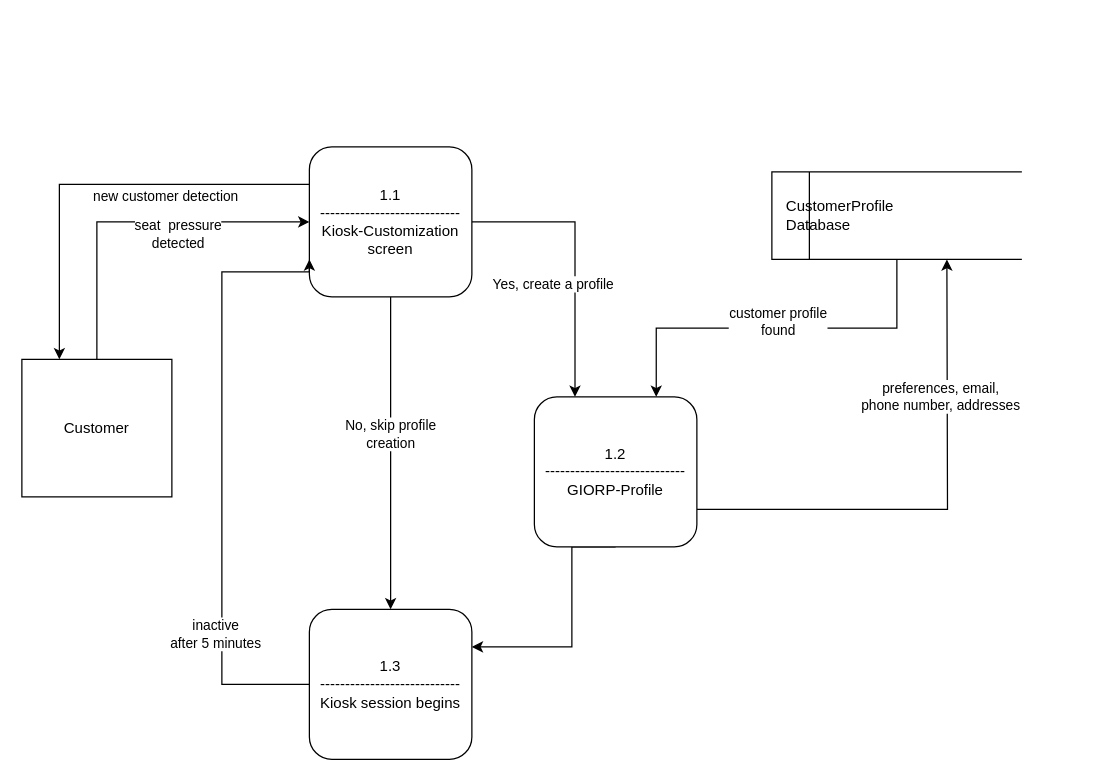
paige71/Draw.io keeps this draw.io diagram as Untitled Diagram.drawio. Above is the earlier version. Source tidied: cells renumbered, new cells numbered last; positions are measured from the earlier drawing's top-left corner, leaving out a move shared by most shapes. Both pictures are drawn from the tidied source at 125%, with x=0, y=0 at pixel (21, 84).
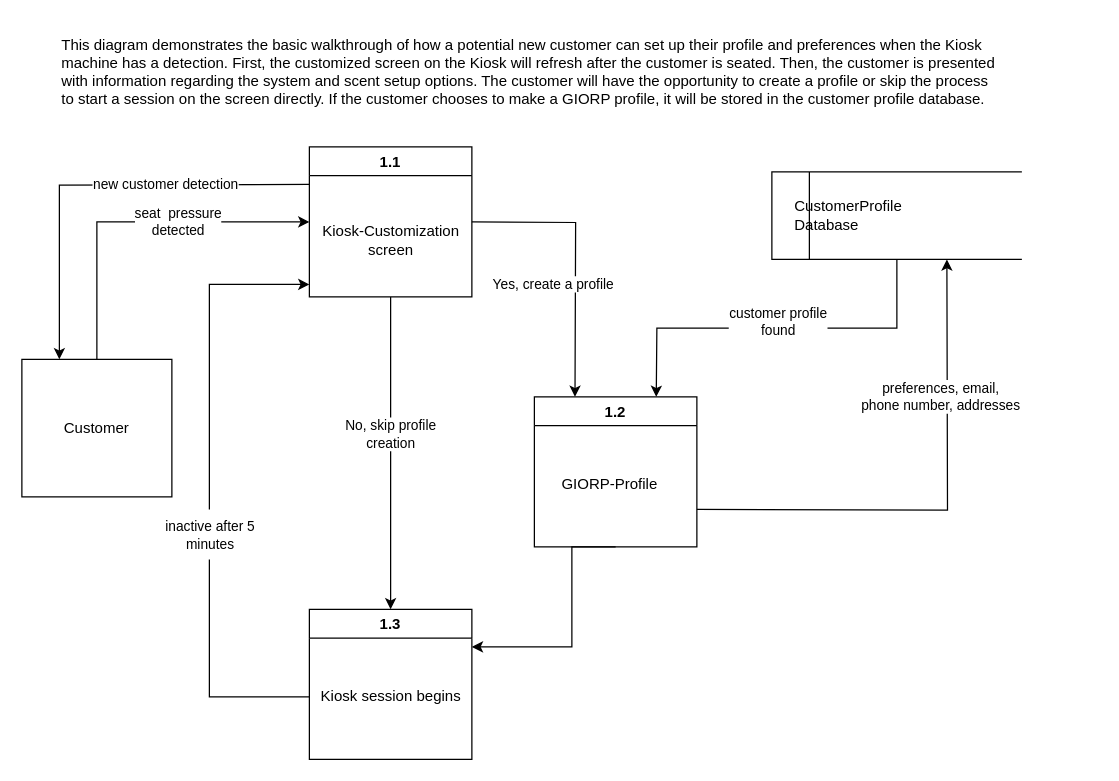
Above is the later version.

Unchanged cells that the change refers to:
```xml
<mxCell id="7" value="Customer" style="rounded=0;whiteSpace=wrap;html=1;" parent="1" vertex="1">
  <mxGeometry y="220" width="120" height="110" as="geometry" />
</mxCell>
```

What changed in the source:
```diff
@@
-    <mxCell id="2" style="edgeStyle=orthogonalEdgeStyle;rounded=0;jettySize=auto;html=1;exitX=0;exitY=0.25;exitDx=0;exitDy=0;entryX=0.25;entryY=0;entryDx=0;entryDy=0;" parent="1" edge="1" source="5" target="7">
-      <mxGeometry relative="1" as="geometry" />
+    <mxCell id="2" style="edgeStyle=orthogonalEdgeStyle;rounded=0;jettySize=auto;html=1;exitX=0;exitY=0.25;exitDx=0;exitDy=0;entryX=0.25;entryY=0;entryDx=0;entryDy=0;" parent="1" edge="1" target="7">
+      <mxGeometry relative="1" as="geometry">
+        <mxPoint x="230" y="80" as="sourcePoint" />
+      </mxGeometry>
     </mxCell>
-    <mxCell id="3" style="edgeStyle=orthogonalEdgeStyle;rounded=0;jettySize=auto;html=1;exitX=1;exitY=0.5;exitDx=0;exitDy=0;entryX=0.25;entryY=0;entryDx=0;entryDy=0;" parent="1" edge="1" source="5" target="10">
-      <mxGeometry relative="1" as="geometry" />
+    <mxCell id="3" style="edgeStyle=orthogonalEdgeStyle;rounded=0;orthogonalLoop=1;jettySize=auto;html=1;exitX=1;exitY=0.5;exitDx=0;exitDy=0;entryX=0.25;entryY=0;entryDx=0;entryDy=0;" parent="1" edge="1">
+      <mxGeometry relative="1" as="geometry">
+        <mxPoint x="360" y="110" as="sourcePoint" />
+        <mxPoint x="442.5" y="250" as="targetPoint" />
+      </mxGeometry>
     </mxCell>
-    <mxCell id="4" style="edgeStyle=orthogonalEdgeStyle;rounded=0;jettySize=auto;html=1;exitX=0.5;exitY=1;exitDx=0;exitDy=0;entryX=0.5;entryY=0;entryDx=0;entryDy=0;" parent="1" edge="1" source="5" target="18">
-      <mxGeometry relative="1" as="geometry" />
+    <mxCell id="4" style="edgeStyle=orthogonalEdgeStyle;rounded=0;orthogonalLoop=1;jettySize=auto;html=1;exitX=0.5;exitY=1;exitDx=0;exitDy=0;entryX=0.5;entryY=0;entryDx=0;entryDy=0;" parent="1" edge="1">
+      <mxGeometry relative="1" as="geometry">
+        <mxPoint x="295" y="170" as="sourcePoint" />
+        <mxPoint x="295" y="420" as="targetPoint" />
+      </mxGeometry>
     </mxCell>
-    <mxCell id="5" value="1.1&lt;br&gt;----------------------------&lt;br&gt;Kiosk-Customization&lt;br&gt;screen" style="rounded=1;whiteSpace=wrap;html=1;" parent="1" vertex="1">
-      <mxGeometry x="230" y="50" width="130" height="120" as="geometry" />
-    </mxCell>
-    <mxCell id="6" style="edgeStyle=orthogonalEdgeStyle;rounded=0;jettySize=auto;html=1;exitX=0.5;exitY=0;exitDx=0;exitDy=0;entryX=0;entryY=0.5;entryDx=0;entryDy=0;" parent="1" edge="1" source="7" target="5">
-      <mxGeometry relative="1" as="geometry" />
-    </mxCell>
+    <mxCell id="22" style="edgeStyle=orthogonalEdgeStyle;rounded=0;jettySize=auto;html=1;exitX=0.5;exitY=0;exitDx=0;exitDy=0;entryX=0;entryY=0.5;entryDx=0;entryDy=0;" parent="1" edge="1" source="7" target="23">
+      <mxGeometry relative="1" as="geometry" />
+    </mxCell>
@@
-    <mxCell id="8" style="edgeStyle=orthogonalEdgeStyle;rounded=0;jettySize=auto;html=1;exitX=0.5;exitY=1;exitDx=0;exitDy=0;entryX=1;entryY=0.25;entryDx=0;entryDy=0;" parent="1" edge="1" source="10" target="18">
+    <mxCell id="8" style="edgeStyle=orthogonalEdgeStyle;rounded=0;orthogonalLoop=1;jettySize=auto;html=1;exitX=0.5;exitY=1;exitDx=0;exitDy=0;entryX=1;entryY=0.25;entryDx=0;entryDy=0;" parent="1" edge="1">
       <mxGeometry relative="1" as="geometry">
+        <mxPoint x="475" y="370" as="sourcePoint" />
+        <mxPoint x="360" y="450" as="targetPoint" />
         <Array as="points">
           <mxPoint x="440" y="370" />
           <mxPoint x="440" y="450" />
         </Array>
       </mxGeometry>
     </mxCell>
-    <mxCell id="9" style="edgeStyle=orthogonalEdgeStyle;rounded=0;jettySize=auto;html=1;exitX=1;exitY=0.75;exitDx=0;exitDy=0;" parent="1" edge="1" source="10">
+    <mxCell id="9" style="edgeStyle=orthogonalEdgeStyle;rounded=0;orthogonalLoop=1;jettySize=auto;html=1;exitX=1;exitY=0.75;exitDx=0;exitDy=0;" parent="1" edge="1">
       <mxGeometry relative="1" as="geometry">
+        <mxPoint x="540" y="340" as="sourcePoint" />
         <mxPoint x="740" y="140" as="targetPoint" />
       </mxGeometry>
     </mxCell>
-    <mxCell id="10" value="1.2&lt;br&gt;----------------------------&lt;br&gt;GIORP-Profile" style="rounded=1;whiteSpace=wrap;html=1;" parent="1" vertex="1">
-      <mxGeometry x="410" y="250" width="130" height="120" as="geometry" />
-    </mxCell>
     <mxCell id="11" value="seat&amp;nbsp; pressure &lt;br&gt;detected" style="edgeLabel;html=1;align=center;verticalAlign=middle;" parent="1" vertex="1">
-      <mxGeometry x="250" y="30" as="geometry">
+      <mxGeometry x="250" y="20" as="geometry">
         <mxPoint x="-126" y="89" as="offset" />
       </mxGeometry>
     </mxCell>
     <mxCell id="12" value="new customer detection" style="edgeLabel;html=1;align=center;verticalAlign=middle;" parent="1" vertex="1">
-      <mxGeometry x="240" as="geometry">
+      <mxGeometry x="240" y="-10" as="geometry">
         <mxPoint x="-126" y="89" as="offset" />
       </mxGeometry>
     </mxCell>
-    <mxCell id="13" style="edgeStyle=orthogonalEdgeStyle;rounded=0;jettySize=auto;html=1;exitX=0.5;exitY=1;exitDx=0;exitDy=0;entryX=0.75;entryY=0;entryDx=0;entryDy=0;" parent="1" edge="1" source="14" target="10">
-      <mxGeometry relative="1" as="geometry" />
+    <mxCell id="13" style="edgeStyle=orthogonalEdgeStyle;rounded=0;jettySize=auto;html=1;exitX=0.5;exitY=1;exitDx=0;exitDy=0;entryX=0.75;entryY=0;entryDx=0;entryDy=0;" parent="1" edge="1" source="14">
+      <mxGeometry relative="1" as="geometry">
+        <mxPoint x="507.5" y="250" as="targetPoint" />
+      </mxGeometry>
     </mxCell>
-    <mxCell id="14" value="&lt;span style=&quot;white-space: pre&quot;&gt;&lt;span style=&quot;white-space: pre&quot;&gt; &lt;span style=&quot;white-space: pre&quot;&gt; &lt;/span&gt;&lt;/span&gt;CustomerProfile &lt;br/&gt;&lt;span style=&quot;white-space: pre&quot;&gt; &lt;/span&gt;&lt;span style=&quot;white-space: pre&quot;&gt; &lt;/span&gt;Database&lt;/span&gt;" style="html=1;dashed=0;whitespace=wrap;shape=mxgraph.dfd.dataStoreID;align=left;spacingLeft=3;points=[[0,0],[0.5,0],[1,0],[0,0.5],[1,0.5],[0,1],[0.5,1],[1,1]];" parent="1" vertex="1">
+    <mxCell id="14" value="&lt;span style=&quot;white-space: pre&quot;&gt;&lt;span style=&quot;white-space: pre&quot;&gt; &lt;span style=&quot;white-space: pre&quot;&gt; &lt;span style=&quot;white-space: pre&quot;&gt; &lt;/span&gt;&lt;span style=&quot;white-space: pre&quot;&gt; &lt;/span&gt;&lt;/span&gt;&lt;/span&gt;CustomerProfile &lt;br&gt;&lt;span style=&quot;white-space: pre&quot;&gt; &lt;/span&gt;&lt;span style=&quot;white-space: pre&quot;&gt; &lt;span style=&quot;white-space: pre&quot;&gt; &lt;/span&gt;&lt;span style=&quot;white-space: pre&quot;&gt; &lt;/span&gt;&lt;/span&gt;Database&lt;/span&gt;" style="html=1;dashed=0;whitespace=wrap;shape=mxgraph.dfd.dataStoreID;align=left;spacingLeft=3;points=[[0,0],[0.5,0],[1,0],[0,0.5],[1,0.5],[0,1],[0.5,1],[1,1]];" parent="1" vertex="1">
       <mxGeometry x="600" y="70" width="200" height="70" as="geometry" />
     </mxCell>
@@
-    <mxCell id="17" style="edgeStyle=orthogonalEdgeStyle;rounded=0;jettySize=auto;html=1;exitX=0;exitY=0.5;exitDx=0;exitDy=0;entryX=0;entryY=0.75;entryDx=0;entryDy=0;" parent="1" edge="1" source="18" target="5">
-      <mxGeometry relative="1" as="geometry">
-        <Array as="points">
-          <mxPoint x="160" y="480" />
-          <mxPoint x="160" y="150" />
-        </Array>
-      </mxGeometry>
-    </mxCell>
-    <mxCell id="18" value="1.3&lt;br&gt;----------------------------&lt;br&gt;Kiosk session begins" style="rounded=1;whiteSpace=wrap;html=1;" parent="1" vertex="1">
-      <mxGeometry x="230" y="420" width="130" height="120" as="geometry" />
-    </mxCell>
-    <mxCell id="19" value="inactive &lt;br&gt;after 5 minutes" style="edgeLabel;html=1;align=center;verticalAlign=middle;" parent="1" vertex="1">
-      <mxGeometry x="280" y="350" as="geometry">
-        <mxPoint x="-126" y="89" as="offset" />
-      </mxGeometry>
-    </mxCell>
@@
+    <mxCell id="23" value="1.1" style="swimlane;" parent="1" vertex="1">
+      <mxGeometry x="230" y="50" width="130" height="120" as="geometry" />
+    </mxCell>
+    <mxCell id="24" value="&lt;span&gt;Kiosk-Customization&lt;/span&gt;&lt;br&gt;&lt;span&gt;screen&lt;/span&gt;" style="text;html=1;align=center;verticalAlign=middle;strokeColor=none;" parent="23" vertex="1">
+      <mxGeometry x="5" y="60" width="120" height="30" as="geometry" />
+    </mxCell>
+    <mxCell id="25" value="1.2" style="swimlane;" parent="1" vertex="1">
+      <mxGeometry x="410" y="250" width="130" height="120" as="geometry" />
+    </mxCell>
+    <mxCell id="26" value="GIORP-Profile" style="text;html=1;align=center;verticalAlign=middle;strokeColor=none;" parent="25" vertex="1">
+      <mxGeometry x="15" y="60" width="90" height="20" as="geometry" />
+    </mxCell>
+    <mxCell id="27" value="1.3" style="swimlane;" parent="1" vertex="1">
+      <mxGeometry x="230" y="420" width="130" height="120" as="geometry" />
+    </mxCell>
+    <mxCell id="28" value="&lt;span&gt;Kiosk session begins&lt;/span&gt;" style="text;html=1;align=center;verticalAlign=middle;strokeColor=none;" parent="27" vertex="1">
+      <mxGeometry y="60" width="130" height="20" as="geometry" />
+    </mxCell>
+    <mxCell id="29" style="edgeStyle=orthogonalEdgeStyle;rounded=0;jettySize=auto;html=1;startArrow=none;" parent="1" edge="1" source="19">
+      <mxGeometry relative="1" as="geometry">
+        <mxPoint x="230" y="160" as="targetPoint" />
+        <Array as="points">
+          <mxPoint x="150" y="160" />
+        </Array>
+      </mxGeometry>
+    </mxCell>
+    <mxCell id="19" value="&lt;div style=&quot;text-align: center&quot;&gt;&lt;font face=&quot;helvetica&quot;&gt;&lt;span style=&quot;font-size: 11px ; background-color: rgb(255 , 255 , 255)&quot;&gt;inactive after 5 minutes&lt;/span&gt;&lt;/font&gt;&lt;/div&gt;" style="text;whiteSpace=wrap;html=1;" parent="1" vertex="1">
+      <mxGeometry x="100" y="340" width="100" height="40" as="geometry" />
+    </mxCell>
+    <mxCell id="30" style="edgeStyle=orthogonalEdgeStyle;rounded=0;jettySize=auto;html=1;endArrow=none;" parent="1" edge="1" target="19">
+      <mxGeometry relative="1" as="geometry">
+        <mxPoint x="230" y="490" as="sourcePoint" />
+        <Array as="points">
+          <mxPoint x="150" y="490" />
+        </Array>
+      </mxGeometry>
+    </mxCell>
+    <mxCell id="31" value="&lt;div&gt;This diagram demonstrates the basic walkthrough of how a potential new customer can set up their profile and preferences when the Kiosk machine has a detection. First, the customized screen on the Kiosk will refresh after the customer is seated. Then, the customer is presented with information regarding the system and scent setup options. The customer will have the opportunity to create a profile or skip the process to start a session on the screen directly. If the customer chooses to make a GIORP profile, it will be stored in the customer profile database.&amp;nbsp;&amp;nbsp;&lt;/div&gt;" style="text;html=1;strokeColor=none;fillColor=none;align=left;verticalAlign=middle;whiteSpace=wrap;rounded=0;" parent="1" vertex="1">
+      <mxGeometry x="30" y="-50" width="750" height="80" as="geometry" />
+    </mxCell>
```
